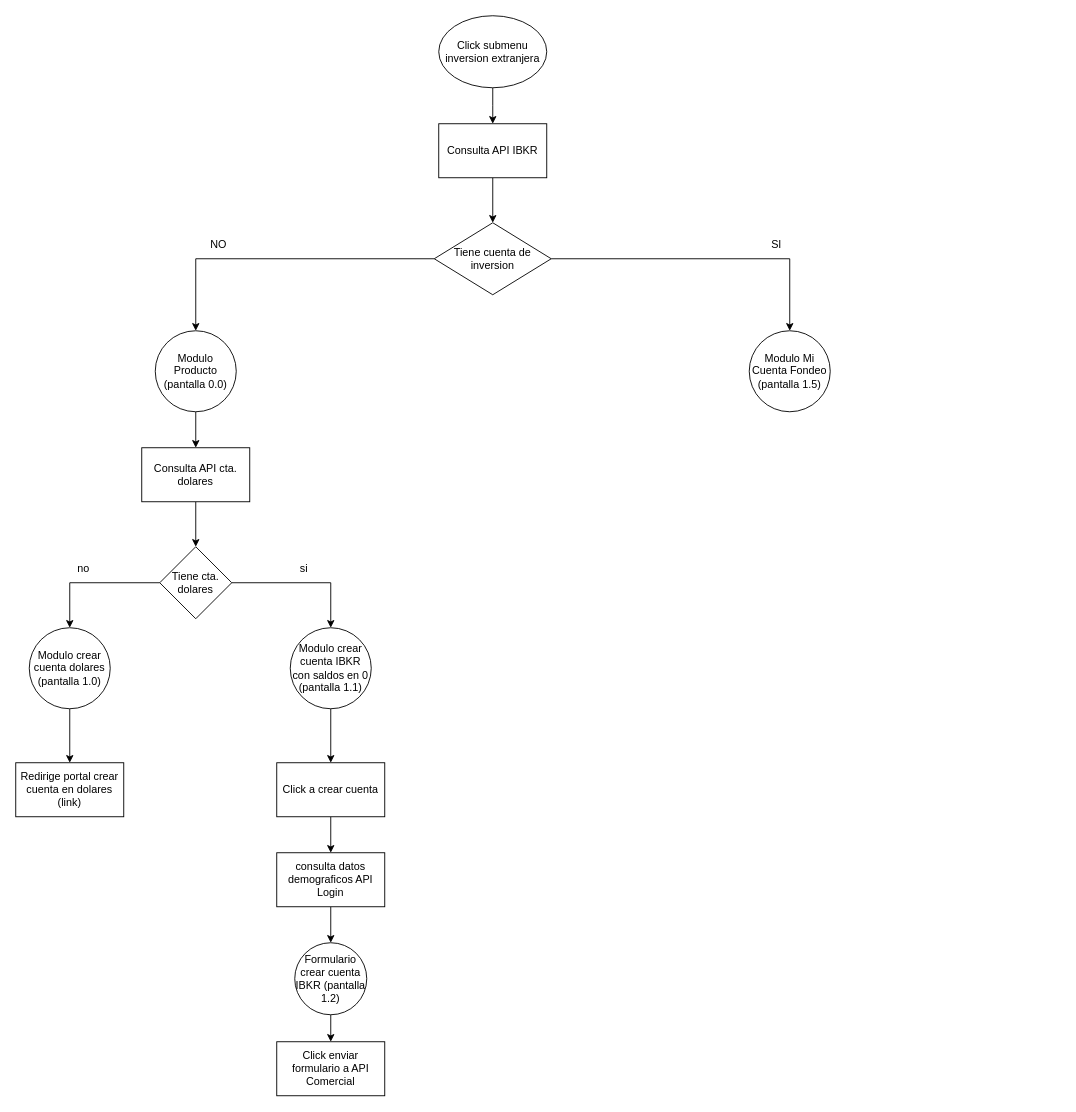
Above: MiCuenta.drawio in RedDedalo92/DiagramasIBKR (draw.io), before the change. Source tidied: cells renumbered, new cells numbered last; positions are measured from the earlier drawing's top-left corner, leaving out a move shared by most shapes. Both pictures are drawn from the tidied source at 90%, with x=0, y=0 at pixel (15, 15).
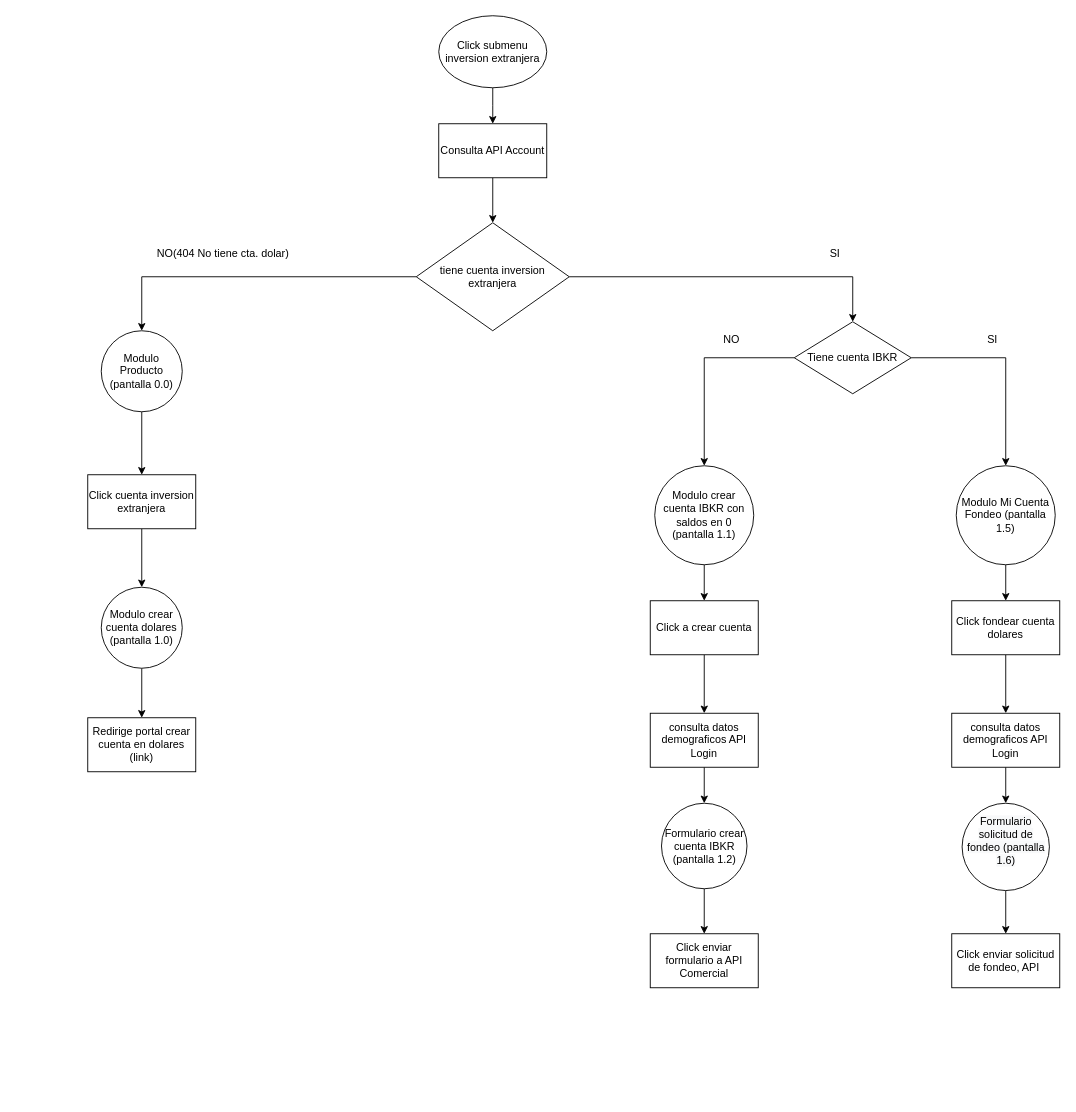
The same page after the edit.

Commit message:
Se modifica diagrama en base a nueva API unificada

Change to the diagram source:
```diff
@@
-    <mxCell id="4" style="edgeStyle=orthogonalEdgeStyle;rounded=0;jettySize=auto;html=1;exitX=1;exitY=0.5;exitDx=0;exitDy=0;entryX=0.5;entryY=0;entryDx=0;entryDy=0;" parent="1" edge="1" source="6" target="11">
-      <mxGeometry relative="1" as="geometry" />
-    </mxCell>
@@
+    <mxCell id="33" style="edgeStyle=orthogonalEdgeStyle;rounded=0;jettySize=auto;html=1;exitX=1;exitY=0.5;exitDx=0;exitDy=0;entryX=0.5;entryY=0;entryDx=0;entryDy=0;" parent="1" edge="1" source="6" target="38">
+      <mxGeometry relative="1" as="geometry" />
+    </mxCell>
-    <mxCell id="6" value="Tiene cuenta de inversion" style="rhombus;whiteSpace=wrap;html=1;" parent="1" vertex="1">
-      <mxGeometry x="465" y="230" width="130" height="80" as="geometry" />
+    <mxCell id="6" value="tiene cuenta inversion extranjera" style="rhombus;whiteSpace=wrap;html=1;" parent="1" vertex="1">
+      <mxGeometry x="445" y="230" width="170" height="120" as="geometry" />
     </mxCell>
@@
-    <mxCell id="8" value="Consulta API IBKR" style="rounded=0;whiteSpace=wrap;html=1;" parent="1" vertex="1">
+    <mxCell id="8" value="Consulta API Account" style="rounded=0;whiteSpace=wrap;html=1;" parent="1" vertex="1">
       <mxGeometry x="470" y="120" width="120" height="60" as="geometry" />
     </mxCell>
-    <mxCell id="9" style="edgeStyle=orthogonalEdgeStyle;rounded=0;jettySize=auto;html=1;exitX=0.5;exitY=1;exitDx=0;exitDy=0;entryX=0.5;entryY=0;entryDx=0;entryDy=0;" parent="1" edge="1" source="10" target="13">
-      <mxGeometry relative="1" as="geometry" />
-    </mxCell>
+    <mxCell id="34" style="edgeStyle=orthogonalEdgeStyle;rounded=0;jettySize=auto;html=1;exitX=0.5;exitY=1;exitDx=0;exitDy=0;entryX=0.5;entryY=0;entryDx=0;entryDy=0;" parent="1" edge="1" source="10" target="42">
+      <mxGeometry relative="1" as="geometry" />
+    </mxCell>
     <mxCell id="10" value="Modulo Producto (pantalla 0.0)" style="ellipse;whiteSpace=wrap;html=1;" parent="1" vertex="1">
-      <mxGeometry x="155" y="350" width="90" height="90" as="geometry" />
+      <mxGeometry x="95" y="350" width="90" height="90" as="geometry" />
     </mxCell>
+    <mxCell id="35" style="edgeStyle=orthogonalEdgeStyle;rounded=0;jettySize=auto;html=1;exitX=0.5;exitY=1;exitDx=0;exitDy=0;entryX=0.5;entryY=0;entryDx=0;entryDy=0;" parent="1" edge="1" source="11" target="44">
+      <mxGeometry relative="1" as="geometry" />
+    </mxCell>
     <mxCell id="11" value="Modulo Mi Cuenta Fondeo (pantalla 1.5)" style="ellipse;whiteSpace=wrap;html=1;" parent="1" vertex="1">
-      <mxGeometry x="815" y="350" width="90" height="90" as="geometry" />
+      <mxGeometry x="1045" y="500" width="110" height="110" as="geometry" />
     </mxCell>
-    <mxCell id="12" style="edgeStyle=orthogonalEdgeStyle;rounded=0;jettySize=auto;html=1;exitX=0.5;exitY=1;exitDx=0;exitDy=0;entryX=0.5;entryY=0;entryDx=0;entryDy=0;" parent="1" edge="1" source="13" target="16">
-      <mxGeometry relative="1" as="geometry" />
-    </mxCell>
-    <mxCell id="13" value="Consulta API cta. dolares" style="rounded=0;whiteSpace=wrap;html=1;" parent="1" vertex="1">
-      <mxGeometry x="140" y="480" width="120" height="60" as="geometry" />
-    </mxCell>
-    <mxCell id="14" style="edgeStyle=orthogonalEdgeStyle;rounded=0;jettySize=auto;html=1;exitX=1;exitY=0.5;exitDx=0;exitDy=0;entryX=0.5;entryY=0;entryDx=0;entryDy=0;" parent="1" edge="1" source="16" target="20">
-      <mxGeometry relative="1" as="geometry" />
-    </mxCell>
-    <mxCell id="15" style="edgeStyle=orthogonalEdgeStyle;rounded=0;jettySize=auto;html=1;exitX=0;exitY=0.5;exitDx=0;exitDy=0;entryX=0.5;entryY=0;entryDx=0;entryDy=0;" parent="1" edge="1" source="16" target="18">
-      <mxGeometry relative="1" as="geometry" />
-    </mxCell>
-    <mxCell id="16" value="Tiene cta. dolares" style="rhombus;whiteSpace=wrap;html=1;" parent="1" vertex="1">
-      <mxGeometry x="160" y="590" width="80" height="80" as="geometry" />
-    </mxCell>
@@
     <mxCell id="18" value="Modulo crear cuenta dolares (pantalla 1.0)" style="ellipse;whiteSpace=wrap;html=1;" parent="1" vertex="1">
-      <mxGeometry x="15" y="680" width="90" height="90" as="geometry" />
+      <mxGeometry x="95" y="635" width="90" height="90" as="geometry" />
     </mxCell>
-    <mxCell id="19" style="edgeStyle=orthogonalEdgeStyle;rounded=0;jettySize=auto;html=1;exitX=0.5;exitY=1;exitDx=0;exitDy=0;entryX=0.5;entryY=0;entryDx=0;entryDy=0;" parent="1" edge="1" source="20" target="27">
-      <mxGeometry relative="1" as="geometry" />
-    </mxCell>
-    <mxCell id="20" value="Modulo crear cuenta IBKR con saldos en 0 (pantalla 1.1)" style="ellipse;whiteSpace=wrap;html=1;" parent="1" vertex="1">
-      <mxGeometry x="305" y="680" width="90" height="90" as="geometry" />
-    </mxCell>
-    <mxCell id="21" value="si" style="text;html=1;align=center;verticalAlign=middle;strokeColor=none;fillColor=none;" parent="1" vertex="1">
-      <mxGeometry x="305" y="600" width="30" height="30" as="geometry" />
-    </mxCell>
-    <mxCell id="22" value="no" style="text;html=1;align=center;verticalAlign=middle;strokeColor=none;fillColor=none;" parent="1" vertex="1">
-      <mxGeometry x="55" y="600" width="40" height="30" as="geometry" />
-    </mxCell>
-    <mxCell id="23" value="NO" style="text;html=1;align=center;verticalAlign=middle;strokeColor=none;fillColor=none;" parent="1" vertex="1">
-      <mxGeometry x="205" y="240" width="40" height="30" as="geometry" />
+    <mxCell id="23" value="NO(404 No tiene cta. dolar)" style="text;html=1;align=center;verticalAlign=middle;strokeColor=none;fillColor=none;" parent="1" vertex="1">
+      <mxGeometry x="145" y="250" width="170" height="30" as="geometry" />
     </mxCell>
     <mxCell id="24" value="SI" style="text;html=1;align=center;verticalAlign=middle;strokeColor=none;fillColor=none;" parent="1" vertex="1">
-      <mxGeometry x="830" y="240" width="30" height="30" as="geometry" />
+      <mxGeometry x="895" y="250" width="30" height="30" as="geometry" />
     </mxCell>
     <mxCell id="25" value="Redirige portal crear cuenta en dolares (link)" style="rounded=0;whiteSpace=wrap;html=1;" parent="1" vertex="1">
-      <mxGeometry y="830" width="120" height="60" as="geometry" />
+      <mxGeometry x="80" y="780" width="120" height="60" as="geometry" />
     </mxCell>
@@
     <mxCell id="27" value="Click a crear cuenta" style="rounded=0;whiteSpace=wrap;html=1;" parent="1" vertex="1">
-      <mxGeometry x="290" y="830" width="120" height="60" as="geometry" />
+      <mxGeometry x="705" y="650" width="120" height="60" as="geometry" />
     </mxCell>
@@
     <mxCell id="29" value="Formulario crear cuenta IBKR (pantalla 1.2)" style="ellipse;whiteSpace=wrap;html=1;" parent="1" vertex="1">
-      <mxGeometry x="310" y="1030" width="80" height="80" as="geometry" />
+      <mxGeometry x="717.5" y="875" width="95" height="95" as="geometry" />
     </mxCell>
     <mxCell id="30" value="Click enviar formulario a API Comercial" style="rounded=0;whiteSpace=wrap;html=1;" parent="1" vertex="1">
-      <mxGeometry x="290" y="1140" width="120" height="60" as="geometry" />
+      <mxGeometry x="705" y="1020" width="120" height="60" as="geometry" />
     </mxCell>
@@
     <mxCell id="32" value="consulta datos demograficos API Login" style="rounded=0;whiteSpace=wrap;html=1;" parent="1" vertex="1">
-      <mxGeometry x="290" y="930" width="120" height="60" as="geometry" />
+      <mxGeometry x="705" y="775" width="120" height="60" as="geometry" />
     </mxCell>
+    <mxCell id="36" style="edgeStyle=orthogonalEdgeStyle;rounded=0;jettySize=auto;html=1;exitX=1;exitY=0.5;exitDx=0;exitDy=0;entryX=0.5;entryY=0;entryDx=0;entryDy=0;" parent="1" edge="1" source="38" target="11">
+      <mxGeometry relative="1" as="geometry" />
+    </mxCell>
+    <mxCell id="37" style="edgeStyle=orthogonalEdgeStyle;rounded=0;jettySize=auto;html=1;exitX=0;exitY=0.5;exitDx=0;exitDy=0;entryX=0.5;entryY=0;entryDx=0;entryDy=0;" parent="1" edge="1" source="38" target="20">
+      <mxGeometry relative="1" as="geometry" />
+    </mxCell>
+    <mxCell id="38" value="Tiene cuenta IBKR" style="rhombus;whiteSpace=wrap;html=1;" parent="1" vertex="1">
+      <mxGeometry x="865" y="340" width="130" height="80" as="geometry" />
+    </mxCell>
+    <mxCell id="19" style="edgeStyle=orthogonalEdgeStyle;rounded=0;jettySize=auto;html=1;exitX=0.5;exitY=1;exitDx=0;exitDy=0;entryX=0.5;entryY=0;entryDx=0;entryDy=0;" parent="1" edge="1" source="20" target="27">
+      <mxGeometry relative="1" as="geometry" />
+    </mxCell>
+    <mxCell id="20" value="Modulo crear cuenta IBKR con saldos en 0 (pantalla 1.1)" style="ellipse;whiteSpace=wrap;html=1;" parent="1" vertex="1">
+      <mxGeometry x="710" y="500" width="110" height="110" as="geometry" />
+    </mxCell>
+    <mxCell id="39" value="NO" style="text;html=1;align=center;verticalAlign=middle;strokeColor=none;fillColor=none;" parent="1" vertex="1">
+      <mxGeometry x="775" y="345" width="40" height="30" as="geometry" />
+    </mxCell>
+    <mxCell id="40" value="SI" style="text;html=1;align=center;verticalAlign=middle;strokeColor=none;fillColor=none;" parent="1" vertex="1">
+      <mxGeometry x="1070" y="345" width="30" height="30" as="geometry" />
+    </mxCell>
+    <mxCell id="41" style="edgeStyle=orthogonalEdgeStyle;rounded=0;jettySize=auto;html=1;exitX=0.5;exitY=1;exitDx=0;exitDy=0;entryX=0.5;entryY=0;entryDx=0;entryDy=0;" parent="1" edge="1" source="42" target="18">
+      <mxGeometry relative="1" as="geometry" />
+    </mxCell>
+    <mxCell id="42" value="Click cuenta inversion extranjera" style="rounded=0;whiteSpace=wrap;html=1;" parent="1" vertex="1">
+      <mxGeometry x="80" y="510" width="120" height="60" as="geometry" />
+    </mxCell>
+    <mxCell id="43" style="edgeStyle=orthogonalEdgeStyle;rounded=0;jettySize=auto;html=1;exitX=0.5;exitY=1;exitDx=0;exitDy=0;entryX=0.5;entryY=0;entryDx=0;entryDy=0;" parent="1" edge="1" source="44" target="46">
+      <mxGeometry relative="1" as="geometry" />
+    </mxCell>
+    <mxCell id="44" value="Click fondear cuenta dolares" style="rounded=0;whiteSpace=wrap;html=1;" parent="1" vertex="1">
+      <mxGeometry x="1040" y="650" width="120" height="60" as="geometry" />
+    </mxCell>
+    <mxCell id="45" style="edgeStyle=orthogonalEdgeStyle;rounded=0;jettySize=auto;html=1;exitX=0.5;exitY=1;exitDx=0;exitDy=0;entryX=0.5;entryY=0;entryDx=0;entryDy=0;" parent="1" edge="1" source="46" target="48">
+      <mxGeometry relative="1" as="geometry" />
+    </mxCell>
+    <mxCell id="46" value="consulta datos demograficos API Login" style="rounded=0;whiteSpace=wrap;html=1;" parent="1" vertex="1">
+      <mxGeometry x="1040" y="775" width="120" height="60" as="geometry" />
+    </mxCell>
+    <mxCell id="47" style="edgeStyle=orthogonalEdgeStyle;rounded=0;jettySize=auto;html=1;exitX=0.5;exitY=1;exitDx=0;exitDy=0;entryX=0.5;entryY=0;entryDx=0;entryDy=0;" parent="1" edge="1" source="48" target="49">
+      <mxGeometry relative="1" as="geometry" />
+    </mxCell>
+    <mxCell id="48" value="&#10;&lt;span style=&quot;color: rgb(0, 0, 0); font-family: Helvetica; font-size: 12px; font-style: normal; font-variant-ligatures: normal; font-variant-caps: normal; font-weight: 400; letter-spacing: normal; orphans: 2; text-align: center; text-indent: 0px; text-transform: none; widows: 2; word-spacing: 0px; -webkit-text-stroke-width: 0px; background-color: rgb(248, 249, 250); text-decoration-thickness: initial; text-decoration-style: initial; text-decoration-color: initial; float: none; display: inline !important;&quot;&gt;Formulario solicitud de fondeo (pantalla 1.6)&lt;/span&gt;&#10;&#10;" style="ellipse;whiteSpace=wrap;html=1;" parent="1" vertex="1">
+      <mxGeometry x="1051.5" y="875" width="97" height="97" as="geometry" />
+    </mxCell>
+    <mxCell id="49" value="Click enviar solicitud de fondeo, API&amp;nbsp;" style="rounded=0;whiteSpace=wrap;html=1;" parent="1" vertex="1">
+      <mxGeometry x="1040" y="1020" width="120" height="60" as="geometry" />
+    </mxCell>
```
